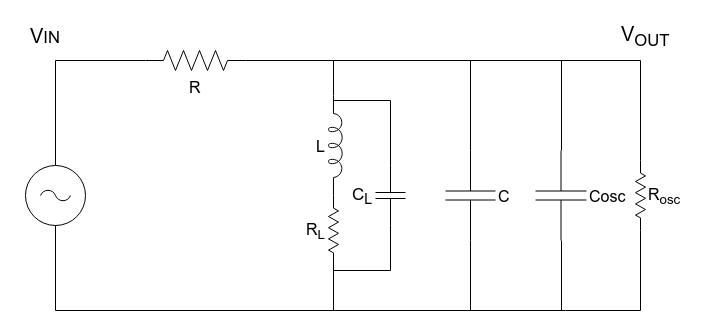
Earlier version of the draw.io export esp4/Immagini/Schemi circuiti/RLC_completo.png (Matteo294/LAB2). Source tidied: cells renumbered, new cells last; positions are measured from the earlier drawing's top-left corner, leaving out a move shared by most shapes.
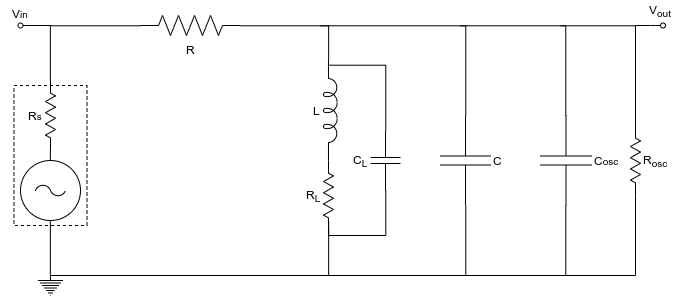
Later version of the same file.

The edit, as a diff of the source:
```diff
@@ -2,38 +2,55 @@
   <root>
     <mxCell id="0" />
     <mxCell id="1" parent="0" />
-    <mxCell id="2" style="edgeStyle=orthogonalEdgeStyle;rounded=0;jettySize=auto;html=1;exitX=0.5;exitY=0;exitDx=0;exitDy=0;exitPerimeter=0;entryX=0;entryY=0.5;entryDx=0;entryDy=0;entryPerimeter=0;endArrow=none;endFill=0;" parent="1" edge="1" source="3" target="5">
-      <mxGeometry relative="1" as="geometry" />
-    </mxCell>
-    <mxCell id="3" style="verticalLabelPosition=bottom;shadow=0;dashed=0;align=center;fillColor=#ffffff;html=1;verticalAlign=top;strokeWidth=1;shape=mxgraph.electrical.signal_sources.ac_source;" parent="1" vertex="1">
-      <mxGeometry x="5" y="145" width="60" height="60" as="geometry" />
-    </mxCell>
+    <mxCell id="23" style="verticalLabelPosition=bottom;shadow=0;dashed=0;align=center;fillColor=#ffffff;html=1;verticalAlign=top;strokeWidth=1;shape=mxgraph.electrical.signal_sources.ac_source;" parent="1" vertex="1">
+      <mxGeometry x="5" y="175" width="60" height="60" as="geometry" />
+    </mxCell>
     <mxCell id="4" style="edgeStyle=orthogonalEdgeStyle;rounded=0;jettySize=auto;html=1;exitX=1;exitY=0.5;exitDx=0;exitDy=0;exitPerimeter=0;entryX=0;entryY=0.645;entryDx=0;entryDy=0;entryPerimeter=0;endArrow=none;endFill=0;" parent="1" edge="1" source="5" target="17">
       <mxGeometry relative="1" as="geometry" />
     </mxCell>
-    <mxCell id="5" value="&lt;font style=&quot;font-size: 16px&quot;&gt;R&lt;/font&gt;" style="verticalLabelPosition=bottom;shadow=0;dashed=0;align=center;fillColor=#ffffff;html=1;verticalAlign=top;strokeWidth=1;shape=mxgraph.electrical.resistors.resistor_2;" parent="1" vertex="1">
+    <mxCell id="5" value="R" style="verticalLabelPosition=bottom;shadow=0;dashed=0;align=center;fillColor=#ffffff;html=1;verticalAlign=top;strokeWidth=1;shape=mxgraph.electrical.resistors.resistor_2;" parent="1" vertex="1">
       <mxGeometry x="125" y="30" width="100" height="20" as="geometry" />
     </mxCell>
-    <mxCell id="6" style="edgeStyle=orthogonalEdgeStyle;rounded=0;jettySize=auto;html=1;exitX=0;exitY=0.5;exitDx=0;exitDy=0;exitPerimeter=0;endArrow=none;endFill=0;" parent="1" edge="1" source="8">
-      <mxGeometry relative="1" as="geometry">
-        <mxPoint x="305" y="40" as="targetPoint" />
-        <Array as="points">
-          <mxPoint x="450" y="40" />
-        </Array>
-      </mxGeometry>
-    </mxCell>
-    <mxCell id="7" style="edgeStyle=orthogonalEdgeStyle;rounded=0;jettySize=auto;html=1;exitX=1;exitY=0.5;exitDx=0;exitDy=0;exitPerimeter=0;endArrow=none;endFill=0;" parent="1" edge="1" source="8">
-      <mxGeometry relative="1" as="geometry">
-        <mxPoint x="305" y="290" as="targetPoint" />
-        <Array as="points">
-          <mxPoint x="450" y="290" />
-          <mxPoint x="305" y="290" />
-        </Array>
-      </mxGeometry>
-    </mxCell>
+    <mxCell id="24" style="edgeStyle=orthogonalEdgeStyle;rounded=0;jettySize=auto;html=1;exitX=0;exitY=0.5;exitDx=0;exitDy=0;exitPerimeter=0;endArrow=none;endFill=0;" parent="1" edge="1" source="8">
+      <mxGeometry relative="1" as="geometry">
+        <mxPoint x="305" y="40" as="targetPoint" />
+        <Array as="points">
+          <mxPoint x="450" y="40" />
+        </Array>
+      </mxGeometry>
+    </mxCell>
+    <mxCell id="25" style="edgeStyle=orthogonalEdgeStyle;rounded=0;jettySize=auto;html=1;exitX=1;exitY=0.5;exitDx=0;exitDy=0;exitPerimeter=0;endArrow=none;endFill=0;" parent="1" edge="1" source="8">
+      <mxGeometry relative="1" as="geometry">
+        <mxPoint x="305" y="290" as="targetPoint" />
+        <Array as="points">
+          <mxPoint x="450" y="290" />
+          <mxPoint x="305" y="290" />
+        </Array>
+      </mxGeometry>
+    </mxCell>
-    <mxCell id="8" value="&lt;font style=&quot;font-size: 16px&quot;&gt;C&lt;/font&gt;" style="verticalLabelPosition=middle;shadow=0;dashed=0;align=left;fillColor=#ffffff;html=1;verticalAlign=middle;strokeWidth=1;shape=mxgraph.electrical.capacitors.capacitor_1;direction=south;labelPosition=right;" parent="1" vertex="1">
+    <mxCell id="8" value="C" style="verticalLabelPosition=middle;shadow=0;dashed=0;align=left;fillColor=#ffffff;html=1;verticalAlign=middle;strokeWidth=1;shape=mxgraph.electrical.capacitors.capacitor_1;direction=south;labelPosition=right;" parent="1" vertex="1">
       <mxGeometry x="425" y="130" width="50" height="90" as="geometry" />
     </mxCell>
+    <mxCell id="26" style="edgeStyle=orthogonalEdgeStyle;rounded=0;jettySize=auto;html=1;exitX=0;exitY=0.5;exitDx=0;exitDy=0;exitPerimeter=0;endArrow=none;endFill=0;" parent="1" edge="1" source="28">
+      <mxGeometry relative="1" as="geometry">
+        <mxPoint x="445" y="40" as="targetPoint" />
+        <Array as="points">
+          <mxPoint x="551" y="40" />
+        </Array>
+      </mxGeometry>
+    </mxCell>
+    <mxCell id="27" style="edgeStyle=orthogonalEdgeStyle;rounded=0;jettySize=auto;html=1;exitX=1;exitY=0.5;exitDx=0;exitDy=0;exitPerimeter=0;endArrow=none;endFill=0;" parent="1" edge="1" source="28">
+      <mxGeometry relative="1" as="geometry">
+        <mxPoint x="445" y="290" as="targetPoint" />
+        <Array as="points">
+          <mxPoint x="551" y="290" />
+          <mxPoint x="445" y="290" />
+        </Array>
+      </mxGeometry>
+    </mxCell>
+    <mxCell id="28" value="C&lt;span style=&quot;font-size: 10px&quot;&gt;osc&lt;/span&gt;" style="verticalLabelPosition=middle;shadow=0;dashed=0;align=left;fillColor=#ffffff;html=1;verticalAlign=middle;strokeWidth=1;shape=mxgraph.electrical.capacitors.capacitor_1;direction=south;labelPosition=right;" parent="1" vertex="1">
+      <mxGeometry x="525" y="130" width="51" height="90" as="geometry" />
+    </mxCell>
     <mxCell id="9" style="edgeStyle=orthogonalEdgeStyle;rounded=0;jettySize=auto;html=1;exitX=0;exitY=0.5;exitDx=0;exitDy=0;exitPerimeter=0;endArrow=none;endFill=0;entryX=0.047;entryY=0.619;entryDx=0;entryDy=0;entryPerimeter=0;" parent="1" edge="1" source="11" target="17">
       <mxGeometry relative="1" as="geometry" />
     </mxCell>
@@ -45,67 +62,83 @@
         </Array>
       </mxGeometry>
     </mxCell>
-    <mxCell id="11" value="&lt;font style=&quot;font-size: 17px&quot;&gt;C&lt;sub&gt;L&lt;/sub&gt;&lt;/font&gt;" style="verticalLabelPosition=middle;shadow=0;dashed=0;align=right;fillColor=#ffffff;html=1;verticalAlign=middle;strokeWidth=1;shape=mxgraph.electrical.capacitors.capacitor_1;direction=south;labelPosition=left;" parent="1" vertex="1">
+    <mxCell id="11" value="C&lt;sub&gt;L&lt;/sub&gt;" style="verticalLabelPosition=middle;shadow=0;dashed=0;align=right;fillColor=#ffffff;html=1;verticalAlign=middle;strokeWidth=1;shape=mxgraph.electrical.capacitors.capacitor_1;direction=south;labelPosition=left;" parent="1" vertex="1">
       <mxGeometry x="355" y="145" width="30" height="60" as="geometry" />
     </mxCell>
-    <mxCell id="12" style="edgeStyle=orthogonalEdgeStyle;rounded=0;jettySize=auto;html=1;exitX=0;exitY=0.5;exitDx=0;exitDy=0;exitPerimeter=0;endArrow=none;endFill=0;" parent="1" edge="1" source="14">
-      <mxGeometry relative="1" as="geometry">
-        <mxPoint x="525" y="40" as="targetPoint" />
-        <Array as="points">
-          <mxPoint x="620" y="40" />
-        </Array>
-      </mxGeometry>
-    </mxCell>
-    <mxCell id="13" style="edgeStyle=orthogonalEdgeStyle;rounded=0;jettySize=auto;html=1;exitX=1;exitY=0.5;exitDx=0;exitDy=0;exitPerimeter=0;endArrow=none;endFill=0;" parent="1" edge="1" source="14">
-      <mxGeometry relative="1" as="geometry">
-        <mxPoint x="535" y="290" as="targetPoint" />
-        <Array as="points">
-          <mxPoint x="620" y="290" />
-          <mxPoint x="545" y="290" />
-        </Array>
-      </mxGeometry>
-    </mxCell>
+    <mxCell id="29" style="edgeStyle=orthogonalEdgeStyle;rounded=0;jettySize=auto;html=1;exitX=0;exitY=0.5;exitDx=0;exitDy=0;exitPerimeter=0;endArrow=none;endFill=0;" parent="1" edge="1" source="14">
+      <mxGeometry relative="1" as="geometry">
+        <mxPoint x="545" y="40" as="targetPoint" />
+        <Array as="points">
+          <mxPoint x="620" y="40" />
+        </Array>
+      </mxGeometry>
+    </mxCell>
+    <mxCell id="30" style="edgeStyle=orthogonalEdgeStyle;rounded=0;jettySize=auto;html=1;exitX=1;exitY=0.5;exitDx=0;exitDy=0;exitPerimeter=0;endArrow=none;endFill=0;" parent="1" edge="1" source="14">
+      <mxGeometry relative="1" as="geometry">
+        <mxPoint x="545" y="290" as="targetPoint" />
+        <Array as="points">
+          <mxPoint x="620" y="290" />
+          <mxPoint x="545" y="290" />
+        </Array>
+      </mxGeometry>
+    </mxCell>
-    <mxCell id="14" value="&lt;font style=&quot;font-size: 16px&quot;&gt;R&lt;sub&gt;osc&lt;/sub&gt;&lt;/font&gt;" style="verticalLabelPosition=middle;shadow=0;dashed=0;align=left;fillColor=#ffffff;html=1;verticalAlign=middle;strokeWidth=1;shape=mxgraph.electrical.resistors.resistor_2;direction=south;labelPosition=right;" parent="1" vertex="1">
+    <mxCell id="14" value="R&lt;sub&gt;osc&lt;/sub&gt;" style="verticalLabelPosition=middle;shadow=0;dashed=0;align=left;fillColor=#ffffff;html=1;verticalAlign=middle;strokeWidth=1;shape=mxgraph.electrical.resistors.resistor_2;direction=south;labelPosition=right;" parent="1" vertex="1">
       <mxGeometry x="615" y="140" width="10" height="70" as="geometry" />
     </mxCell>
-    <mxCell id="15" style="edgeStyle=orthogonalEdgeStyle;rounded=0;jettySize=auto;html=1;exitX=1;exitY=0.5;exitDx=0;exitDy=0;exitPerimeter=0;entryX=0.5;entryY=1;entryDx=0;entryDy=0;entryPerimeter=0;endArrow=none;endFill=0;" parent="1" edge="1" source="16" target="3">
-      <mxGeometry relative="1" as="geometry">
-        <Array as="points">
-          <mxPoint x="313" y="290" />
-          <mxPoint x="35" y="290" />
-        </Array>
-      </mxGeometry>
-    </mxCell>
+    <mxCell id="31" style="edgeStyle=orthogonalEdgeStyle;rounded=0;jettySize=auto;html=1;exitX=1;exitY=0.5;exitDx=0;exitDy=0;exitPerimeter=0;entryX=0.5;entryY=1;entryDx=0;entryDy=0;entryPerimeter=0;endArrow=none;endFill=0;" parent="1" edge="1" source="16" target="23">
+      <mxGeometry relative="1" as="geometry">
+        <Array as="points">
+          <mxPoint x="313" y="290" />
+          <mxPoint x="35" y="290" />
+        </Array>
+      </mxGeometry>
+    </mxCell>
-    <mxCell id="16" value="&lt;font style=&quot;font-size: 16px&quot;&gt;R&lt;sub&gt;L&lt;/sub&gt;&lt;/font&gt;" style="verticalLabelPosition=middle;shadow=0;dashed=0;align=right;fillColor=#ffffff;html=1;verticalAlign=middle;strokeWidth=1;shape=mxgraph.electrical.resistors.resistor_2;direction=south;labelPosition=left;" parent="1" vertex="1">
+    <mxCell id="16" value="R&lt;sub&gt;L&lt;/sub&gt;" style="verticalLabelPosition=middle;shadow=0;dashed=0;align=right;fillColor=#ffffff;html=1;verticalAlign=middle;strokeWidth=1;shape=mxgraph.electrical.resistors.resistor_2;direction=south;labelPosition=left;" parent="1" vertex="1">
       <mxGeometry x="308" y="175" width="10" height="70" as="geometry" />
     </mxCell>
-    <mxCell id="17" value="&lt;font style=&quot;font-size: 16px&quot;&gt;L&lt;/font&gt;" style="verticalLabelPosition=middle;shadow=0;dashed=0;align=right;fillColor=#ffffff;html=1;verticalAlign=middle;strokeWidth=1;shape=mxgraph.electrical.inductors.inductor_5;direction=south;labelPosition=left;" parent="1" vertex="1">
+    <mxCell id="17" value="L" style="verticalLabelPosition=middle;shadow=0;dashed=0;align=right;fillColor=#ffffff;html=1;verticalAlign=middle;strokeWidth=1;shape=mxgraph.electrical.inductors.inductor_5;direction=south;labelPosition=left;" parent="1" vertex="1">
       <mxGeometry x="308" y="75" width="14" height="100" as="geometry" />
     </mxCell>
-    <mxCell id="18" style="edgeStyle=orthogonalEdgeStyle;rounded=0;jettySize=auto;html=1;exitX=1;exitY=0.5;exitDx=0;exitDy=0;exitPerimeter=0;endArrow=none;endFill=0;" parent="1" edge="1" source="20">
-      <mxGeometry relative="1" as="geometry">
-        <mxPoint x="445" y="290" as="targetPoint" />
-        <Array as="points">
-          <mxPoint x="541" y="290" />
-        </Array>
-      </mxGeometry>
-    </mxCell>
-    <mxCell id="19" style="edgeStyle=orthogonalEdgeStyle;rounded=0;jettySize=auto;html=1;exitX=0;exitY=0.5;exitDx=0;exitDy=0;exitPerimeter=0;endArrow=none;endFill=0;startArrow=none;startFill=0;" parent="1" edge="1" source="20">
-      <mxGeometry relative="1" as="geometry">
-        <mxPoint x="445" y="40" as="targetPoint" />
-        <Array as="points">
-          <mxPoint x="541" y="40" />
-        </Array>
-      </mxGeometry>
-    </mxCell>
-    <mxCell id="20" value="&lt;font style=&quot;font-size: 16px&quot;&gt;Cosc&lt;/font&gt;" style="verticalLabelPosition=middle;shadow=0;dashed=0;align=left;fillColor=#ffffff;html=1;verticalAlign=middle;strokeWidth=1;shape=mxgraph.electrical.capacitors.capacitor_1;direction=south;labelPosition=right;" parent="1" vertex="1">
-      <mxGeometry x="515" y="130" width="51" height="90" as="geometry" />
-    </mxCell>
-    <mxCell id="21" value="&lt;font style=&quot;font-size: 20px&quot;&gt;V&lt;sub&gt;OUT&lt;/sub&gt;&lt;/font&gt;" style="text;html=1;align=center;verticalAlign=middle;fillColor=none;strokeColor=none;rounded=0;" parent="1" vertex="1">
-      <mxGeometry x="595" width="60" height="30" as="geometry" />
-    </mxCell>
-    <mxCell id="22" value="&lt;font style=&quot;font-size: 20px&quot;&gt;V&lt;/font&gt;&lt;font style=&quot;font-size: 16.6667px&quot;&gt;IN&lt;/font&gt;" style="text;html=1;align=center;verticalAlign=middle;fillColor=none;strokeColor=none;rounded=0;" parent="1" vertex="1">
-      <mxGeometry y="5" width="50" height="20" as="geometry" />
-    </mxCell>
+    <mxCell id="32" style="edgeStyle=orthogonalEdgeStyle;rounded=0;jettySize=auto;html=1;exitX=0;exitY=0.5;exitDx=0;exitDy=0;exitPerimeter=0;entryX=0;entryY=0.5;entryDx=0;entryDy=0;entryPerimeter=0;endArrow=none;endFill=0;" parent="1" edge="1" source="34" target="5">
+      <mxGeometry relative="1" as="geometry" />
+    </mxCell>
+    <mxCell id="33" style="edgeStyle=orthogonalEdgeStyle;rounded=0;jettySize=auto;html=1;exitX=1;exitY=0.5;exitDx=0;exitDy=0;exitPerimeter=0;entryX=0.5;entryY=0;entryDx=0;entryDy=0;entryPerimeter=0;endArrow=none;endFill=0;" parent="1" edge="1" source="34" target="23">
+      <mxGeometry relative="1" as="geometry" />
+    </mxCell>
+    <mxCell id="34" value="R&lt;span style=&quot;font-size: 10px&quot;&gt;s&lt;br&gt;&lt;/span&gt;" style="verticalLabelPosition=middle;shadow=0;dashed=0;align=right;fillColor=#ffffff;html=1;verticalAlign=middle;strokeWidth=1;shape=mxgraph.electrical.resistors.resistor_2;direction=south;labelPosition=left;" parent="1" vertex="1">
+      <mxGeometry x="30" y="95" width="10" height="70" as="geometry" />
+    </mxCell>
+    <mxCell id="35" style="rounded=0;whiteSpace=wrap;html=1;fillColor=none;dashed=1;" parent="1" vertex="1">
+      <mxGeometry x="-1.5" y="100" width="73" height="140" as="geometry" />
+    </mxCell>
+    <mxCell id="36" style="verticalLabelPosition=bottom;shadow=0;dashed=0;align=center;html=1;verticalAlign=top;shape=mxgraph.electrical.signal_sources.protective_earth;fillColor=none;" parent="1" vertex="1">
+      <mxGeometry x="22.5" y="290" width="25" height="20" as="geometry" />
+    </mxCell>
+    <mxCell id="37" style="endArrow=none;html=1;strokeWidth=1;" parent="1" edge="1">
+      <mxGeometry relative="1" as="geometry">
+        <mxPoint x="5" y="40" as="sourcePoint" />
+        <mxPoint x="35" y="40" as="targetPoint" />
+      </mxGeometry>
+    </mxCell>
+    <mxCell id="38" style="verticalLabelPosition=bottom;shadow=0;dashed=0;align=center;html=1;verticalAlign=top;strokeWidth=1;shape=ellipse;fillColor=#ffffff;" parent="1" vertex="1">
+      <mxGeometry x="2.5" y="37.5" width="5" height="5" as="geometry" />
+    </mxCell>
+    <mxCell id="39" style="verticalLabelPosition=bottom;shadow=0;dashed=0;align=center;html=1;verticalAlign=top;strokeWidth=1;shape=ellipse;fillColor=none;" parent="1" vertex="1">
+      <mxGeometry x="645" y="37.5" width="5" height="5" as="geometry" />
+    </mxCell>
+    <mxCell id="40" style="endArrow=none;html=1;strokeWidth=1;" parent="1" edge="1" target="39">
+      <mxGeometry relative="1" as="geometry">
+        <mxPoint x="620" y="40" as="sourcePoint" />
+        <Array as="points">
+          <mxPoint x="635" y="40" />
+        </Array>
+      </mxGeometry>
+    </mxCell>
+    <mxCell id="41" value="&lt;span style=&quot;white-space: nowrap&quot;&gt;V&lt;/span&gt;&lt;sub style=&quot;white-space: nowrap&quot;&gt;out&lt;/sub&gt;" style="text;html=1;strokeColor=none;fillColor=none;align=center;verticalAlign=middle;whiteSpace=wrap;rounded=0;dashed=1;fontSize=12;" parent="1" vertex="1">
+      <mxGeometry x="625" y="15" width="40" height="20" as="geometry" />
+    </mxCell>
+    <mxCell id="42" value="&lt;span style=&quot;white-space: nowrap&quot;&gt;V&lt;span style=&quot;font-size: 10px&quot;&gt;in&lt;/span&gt;&lt;/span&gt;" style="text;html=1;strokeColor=none;fillColor=none;align=center;verticalAlign=middle;whiteSpace=wrap;rounded=0;dashed=1;fontSize=12;" parent="1" vertex="1">
+      <mxGeometry x="-15" y="17.5" width="40" height="20" as="geometry" />
+    </mxCell>
   </root>
 </mxGraphModel>
```
